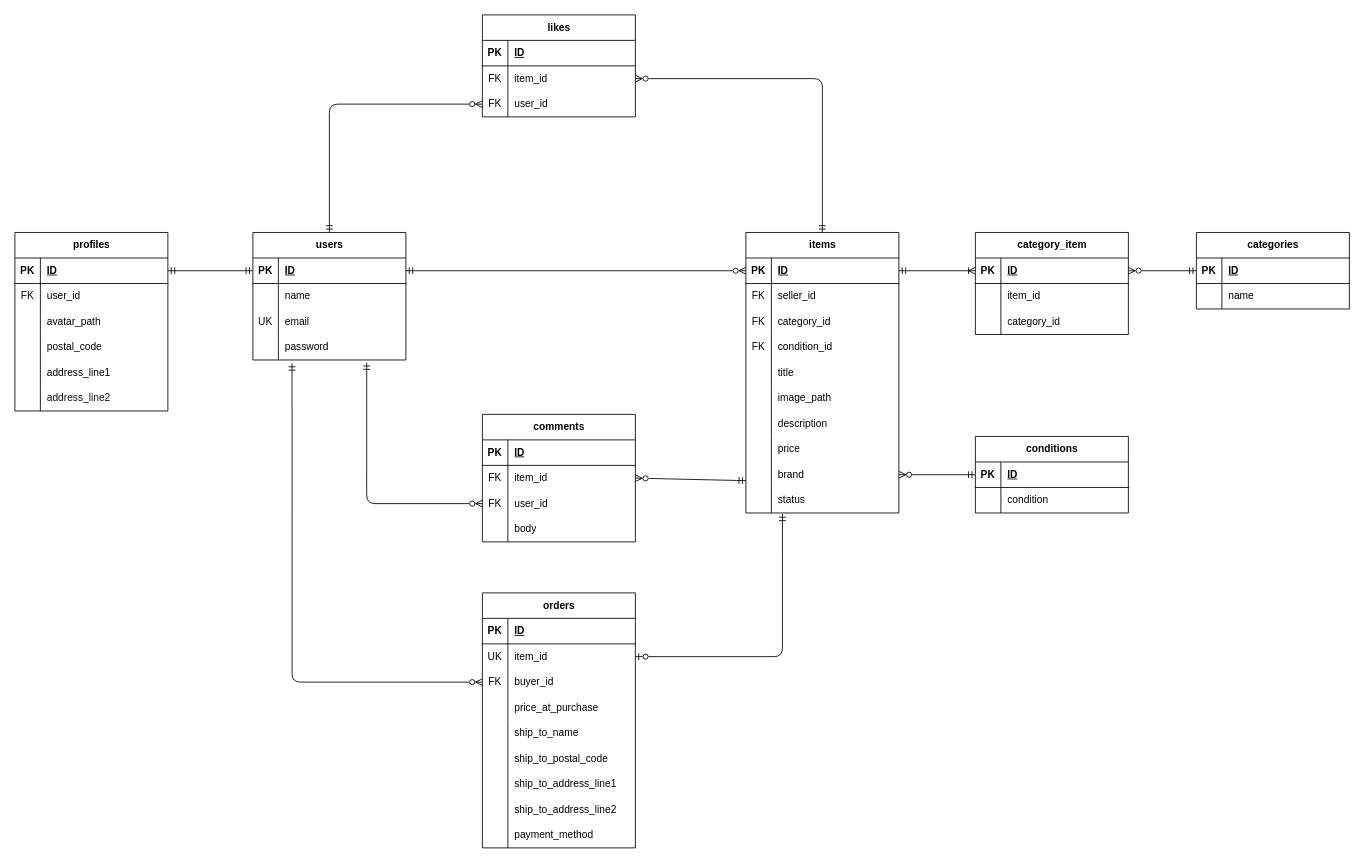
Earlier version of the draw.io diagram src/dock/er-diagram.drawio (YAMADAMASAYUKI516/mock-project1). Source tidied: cells renumbered, new cells numbered last; positions are measured from the earlier drawing's top-left corner, leaving out a move shared by most shapes. Both pictures are drawn from the tidied source at 85%, with x=0, y=0 at pixel (14, 14).
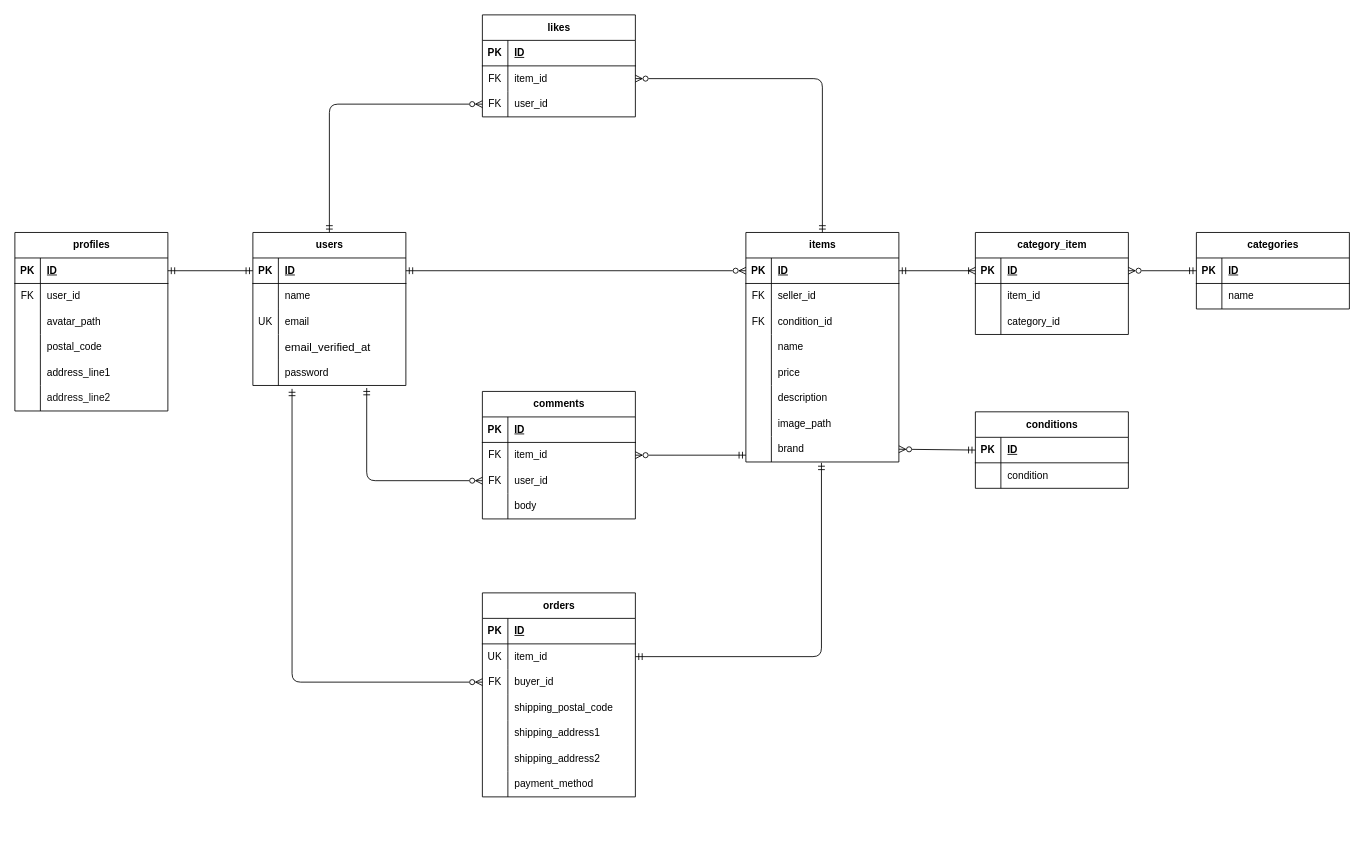
After the change.

The change refers to these unchanged cells:
```xml
<mxCell id="16" style="shape=tableRow;horizontal=0;startSize=0;swimlaneHead=0;swimlaneBody=0;fillColor=none;points=[[0,0.5],[1,0.5]];portConstraint=eastwest;top=0;left=0;right=0;bottom=0;" parent="12" vertex="1">
  <mxGeometry y="60" width="180" height="30" as="geometry" />
</mxCell>
<mxCell id="48" style="shape=tableRow;horizontal=0;startSize=0;swimlaneHead=0;swimlaneBody=0;fillColor=none;points=[[0,0.5],[1,0.5]];portConstraint=eastwest;top=0;left=0;right=0;bottom=0;" parent="41" vertex="1">
  <mxGeometry y="90" width="180" height="30" as="geometry" />
</mxCell>
```

Change to the diagram source:
```diff
@@
     <mxCell id="12" value="orders" style="shape=table;startSize=30;childLayout=tableLayout;rowLines=0;fontStyle=1;align=center;html=1;" parent="1" vertex="1">
-      <mxGeometry x="550" y="680" width="180" height="300" as="geometry" />
+      <mxGeometry x="550" y="680" width="180" height="240" as="geometry" />
     </mxCell>
@@
-    <mxCell id="22" style="shape=tableRow;horizontal=0;startSize=0;swimlaneHead=0;swimlaneBody=0;fillColor=none;top=0;left=0;right=0;bottom=0;" parent="12" vertex="1">
-      <mxGeometry y="120" width="180" height="30" as="geometry" />
-    </mxCell>
-    <mxCell id="23" style="shape=partialRectangle;fillColor=none;top=0;left=0;bottom=0;right=0;overflow=hidden;whiteSpace=wrap;html=1;" parent="22" vertex="1">
-      <mxGeometry width="30" height="30" as="geometry" />
-    </mxCell>
-    <mxCell id="24" value="price_at_purchase" style="shape=partialRectangle;fillColor=none;top=0;left=0;bottom=0;right=0;align=left;spacingLeft=6;overflow=hidden;whiteSpace=wrap;html=1;" parent="22" vertex="1">
-      <mxGeometry x="30" width="150" height="30" as="geometry" />
-    </mxCell>
-    <mxCell id="25" style="shape=tableRow;horizontal=0;startSize=0;swimlaneHead=0;swimlaneBody=0;fillColor=none;top=0;left=0;right=0;bottom=0;" parent="12" vertex="1">
-      <mxGeometry y="150" width="180" height="30" as="geometry" />
-    </mxCell>
-    <mxCell id="26" style="shape=partialRectangle;fillColor=none;top=0;left=0;bottom=0;right=0;overflow=hidden;whiteSpace=wrap;html=1;" parent="25" vertex="1">
-      <mxGeometry width="30" height="30" as="geometry" />
-    </mxCell>
-    <mxCell id="27" value="ship_to_name" style="shape=partialRectangle;fillColor=none;top=0;left=0;bottom=0;right=0;align=left;spacingLeft=6;overflow=hidden;whiteSpace=wrap;html=1;" parent="25" vertex="1">
-      <mxGeometry x="30" width="150" height="30" as="geometry" />
-    </mxCell>
     <mxCell id="28" style="shape=tableRow;horizontal=0;startSize=0;swimlaneHead=0;swimlaneBody=0;fillColor=none;top=0;left=0;right=0;bottom=0;" parent="12" vertex="1">
-      <mxGeometry y="180" width="180" height="30" as="geometry" />
+      <mxGeometry y="120" width="180" height="30" as="geometry" />
     </mxCell>
@@
-    <mxCell id="30" value="ship_to_postal_code" style="shape=partialRectangle;fillColor=none;top=0;left=0;bottom=0;right=0;align=left;spacingLeft=6;overflow=hidden;whiteSpace=wrap;html=1;" parent="28" vertex="1">
+    <mxCell id="30" value="shipping_postal_code" style="shape=partialRectangle;fillColor=none;top=0;left=0;bottom=0;right=0;align=left;spacingLeft=6;overflow=hidden;whiteSpace=wrap;html=1;" parent="28" vertex="1">
       <mxGeometry x="30" width="150" height="30" as="geometry" />
     </mxCell>
     <mxCell id="31" style="shape=tableRow;horizontal=0;startSize=0;swimlaneHead=0;swimlaneBody=0;fillColor=none;top=0;left=0;right=0;bottom=0;" parent="12" vertex="1">
-      <mxGeometry y="210" width="180" height="30" as="geometry" />
+      <mxGeometry y="150" width="180" height="30" as="geometry" />
     </mxCell>
@@
-    <mxCell id="33" value="ship_to_address_line1" style="shape=partialRectangle;fillColor=none;top=0;left=0;bottom=0;right=0;align=left;spacingLeft=6;overflow=hidden;whiteSpace=wrap;html=1;" parent="31" vertex="1">
+    <mxCell id="33" value="shipping_address1" style="shape=partialRectangle;fillColor=none;top=0;left=0;bottom=0;right=0;align=left;spacingLeft=6;overflow=hidden;whiteSpace=wrap;html=1;" parent="31" vertex="1">
       <mxGeometry x="30" width="150" height="30" as="geometry" />
     </mxCell>
     <mxCell id="34" style="shape=tableRow;horizontal=0;startSize=0;swimlaneHead=0;swimlaneBody=0;fillColor=none;top=0;left=0;right=0;bottom=0;" parent="12" vertex="1">
-      <mxGeometry y="240" width="180" height="30" as="geometry" />
+      <mxGeometry y="180" width="180" height="30" as="geometry" />
     </mxCell>
@@
-    <mxCell id="36" value="ship_to_address_line2" style="shape=partialRectangle;fillColor=none;top=0;left=0;bottom=0;right=0;align=left;spacingLeft=6;overflow=hidden;whiteSpace=wrap;html=1;" parent="34" vertex="1">
+    <mxCell id="36" value="shipping_address2" style="shape=partialRectangle;fillColor=none;top=0;left=0;bottom=0;right=0;align=left;spacingLeft=6;overflow=hidden;whiteSpace=wrap;html=1;" parent="34" vertex="1">
       <mxGeometry x="30" width="150" height="30" as="geometry" />
     </mxCell>
     <mxCell id="37" style="shape=tableRow;horizontal=0;startSize=0;swimlaneHead=0;swimlaneBody=0;fillColor=none;top=0;left=0;right=0;bottom=0;" parent="12" vertex="1">
-      <mxGeometry y="270" width="180" height="30" as="geometry" />
+      <mxGeometry y="210" width="180" height="30" as="geometry" />
     </mxCell>
@@
     <mxCell id="41" value="comments" style="shape=table;startSize=30;childLayout=tableLayout;rowLines=0;fontStyle=1;align=center;html=1;" parent="1" vertex="1">
-      <mxGeometry x="550" y="470" width="180" height="150" as="geometry" />
+      <mxGeometry x="550" y="443" width="180" height="150" as="geometry" />
     </mxCell>
@@
     <mxCell id="56" value="users" style="shape=table;startSize=30;childLayout=tableLayout;rowLines=0;fontStyle=1;align=center;html=1;" parent="1" vertex="1">
-      <mxGeometry x="280" y="256" width="180" height="150" as="geometry" />
+      <mxGeometry x="280" y="256" width="180" height="180" as="geometry" />
     </mxCell>
@@
+    <mxCell id="22" style="shape=tableRow;horizontal=0;startSize=0;swimlaneHead=0;swimlaneBody=0;fillColor=none;top=0;left=0;right=0;bottom=0;" parent="56" vertex="1">
+      <mxGeometry y="120" width="180" height="30" as="geometry" />
+    </mxCell>
+    <mxCell id="152" style="shape=partialRectangle;fillColor=none;top=0;left=0;bottom=0;right=0;overflow=hidden;whiteSpace=wrap;html=1;" parent="22" vertex="1">
+      <mxGeometry width="30" height="30" as="geometry" />
+    </mxCell>
+    <mxCell id="153" value="&lt;span style=&quot;color: rgb(0, 0, 0); font-size: 10pt; font-family: Arial;&quot;&gt;email_verified_at&lt;/span&gt;" style="shape=partialRectangle;fillColor=none;top=0;left=0;bottom=0;right=0;align=left;spacingLeft=6;overflow=hidden;whiteSpace=wrap;html=1;" parent="22" vertex="1">
+      <mxGeometry x="30" width="150" height="30" as="geometry" />
+    </mxCell>
     <mxCell id="66" style="shape=tableRow;horizontal=0;startSize=0;swimlaneHead=0;swimlaneBody=0;fillColor=none;points=[[0,0.5],[1,0.5]];portConstraint=eastwest;top=0;left=0;right=0;bottom=0;" parent="56" vertex="1">
-      <mxGeometry y="120" width="180" height="30" as="geometry" />
+      <mxGeometry y="150" width="180" height="30" as="geometry" />
     </mxCell>
@@
     <mxCell id="76" value="items" style="shape=table;startSize=30;childLayout=tableLayout;rowLines=0;fontStyle=1;align=center;html=1;" parent="1" vertex="1">
-      <mxGeometry x="860" y="256" width="180" height="330" as="geometry" />
+      <mxGeometry x="860" y="256" width="180" height="270" as="geometry" />
     </mxCell>
@@
-    <mxCell id="83" style="shape=tableRow;horizontal=0;startSize=0;swimlaneHead=0;swimlaneBody=0;fillColor=none;top=0;left=0;right=0;bottom=0;" parent="76" vertex="1">
-      <mxGeometry y="90" width="180" height="30" as="geometry" />
-    </mxCell>
-    <mxCell id="84" value="FK" style="shape=partialRectangle;fillColor=none;top=0;left=0;bottom=0;right=0;overflow=hidden;whiteSpace=wrap;html=1;" parent="83" vertex="1">
-      <mxGeometry width="30" height="30" as="geometry" />
-    </mxCell>
-    <mxCell id="85" value="category_id" style="shape=partialRectangle;fillColor=none;top=0;left=0;bottom=0;right=0;align=left;spacingLeft=6;overflow=hidden;whiteSpace=wrap;html=1;" parent="83" vertex="1">
-      <mxGeometry x="30" width="150" height="30" as="geometry" />
-    </mxCell>
     <mxCell id="86" style="shape=tableRow;horizontal=0;startSize=0;swimlaneHead=0;swimlaneBody=0;fillColor=none;top=0;left=0;right=0;bottom=0;" parent="76" vertex="1">
-      <mxGeometry y="120" width="180" height="30" as="geometry" />
+      <mxGeometry y="90" width="180" height="30" as="geometry" />
     </mxCell>
@@
     <mxCell id="89" style="shape=tableRow;horizontal=0;startSize=0;swimlaneHead=0;swimlaneBody=0;fillColor=none;top=0;left=0;right=0;bottom=0;" parent="76" vertex="1">
-      <mxGeometry y="150" width="180" height="30" as="geometry" />
+      <mxGeometry y="120" width="180" height="30" as="geometry" />
     </mxCell>
@@
-    <mxCell id="91" value="title" style="shape=partialRectangle;fillColor=none;top=0;left=0;bottom=0;right=0;align=left;spacingLeft=6;overflow=hidden;whiteSpace=wrap;html=1;" parent="89" vertex="1">
+    <mxCell id="91" value="name" style="shape=partialRectangle;fillColor=none;top=0;left=0;bottom=0;right=0;align=left;spacingLeft=6;overflow=hidden;whiteSpace=wrap;html=1;" parent="89" vertex="1">
       <mxGeometry x="30" width="150" height="30" as="geometry" />
     </mxCell>
     <mxCell id="92" style="shape=tableRow;horizontal=0;startSize=0;swimlaneHead=0;swimlaneBody=0;fillColor=none;top=0;left=0;right=0;bottom=0;" parent="76" vertex="1">
-      <mxGeometry y="180" width="180" height="30" as="geometry" />
+      <mxGeometry y="150" width="180" height="30" as="geometry" />
     </mxCell>
@@
-    <mxCell id="94" value="image_path" style="shape=partialRectangle;fillColor=none;top=0;left=0;bottom=0;right=0;align=left;spacingLeft=6;overflow=hidden;whiteSpace=wrap;html=1;" parent="92" vertex="1">
+    <mxCell id="94" value="price" style="shape=partialRectangle;fillColor=none;top=0;left=0;bottom=0;right=0;align=left;spacingLeft=6;overflow=hidden;whiteSpace=wrap;html=1;" parent="92" vertex="1">
       <mxGeometry x="30" width="150" height="30" as="geometry" />
     </mxCell>
     <mxCell id="95" style="shape=tableRow;horizontal=0;startSize=0;swimlaneHead=0;swimlaneBody=0;fillColor=none;top=0;left=0;right=0;bottom=0;" parent="76" vertex="1">
-      <mxGeometry y="210" width="180" height="30" as="geometry" />
+      <mxGeometry y="180" width="180" height="30" as="geometry" />
     </mxCell>
@@
     <mxCell id="98" style="shape=tableRow;horizontal=0;startSize=0;swimlaneHead=0;swimlaneBody=0;fillColor=none;top=0;left=0;right=0;bottom=0;" parent="76" vertex="1">
-      <mxGeometry y="240" width="180" height="30" as="geometry" />
+      <mxGeometry y="210" width="180" height="30" as="geometry" />
     </mxCell>
@@
-    <mxCell id="100" value="price" style="shape=partialRectangle;fillColor=none;top=0;left=0;bottom=0;right=0;align=left;spacingLeft=6;overflow=hidden;whiteSpace=wrap;html=1;" parent="98" vertex="1">
+    <mxCell id="100" value="image_path" style="shape=partialRectangle;fillColor=none;top=0;left=0;bottom=0;right=0;align=left;spacingLeft=6;overflow=hidden;whiteSpace=wrap;html=1;" parent="98" vertex="1">
       <mxGeometry x="30" width="150" height="30" as="geometry" />
     </mxCell>
     <mxCell id="101" style="shape=tableRow;horizontal=0;startSize=0;swimlaneHead=0;swimlaneBody=0;fillColor=none;points=[[0,0.5],[1,0.5]];portConstraint=eastwest;top=0;left=0;right=0;bottom=0;" parent="76" vertex="1">
-      <mxGeometry y="270" width="180" height="30" as="geometry" />
+      <mxGeometry y="240" width="180" height="30" as="geometry" />
     </mxCell>
@@
-    <mxCell id="104" style="shape=tableRow;horizontal=0;startSize=0;swimlaneHead=0;swimlaneBody=0;fillColor=none;points=[[0,0.5],[1,0.5]];portConstraint=eastwest;top=0;left=0;right=0;bottom=0;" parent="76" vertex="1">
-      <mxGeometry y="300" width="180" height="30" as="geometry" />
-    </mxCell>
-    <mxCell id="105" style="shape=partialRectangle;fillColor=none;top=0;left=0;bottom=0;right=0;overflow=hidden;whiteSpace=wrap;html=1;" parent="104" vertex="1">
-      <mxGeometry width="30" height="30" as="geometry" />
-    </mxCell>
-    <mxCell id="106" value="status" style="shape=partialRectangle;fillColor=none;top=0;left=0;bottom=0;right=0;align=left;spacingLeft=6;overflow=hidden;whiteSpace=wrap;html=1;" parent="104" vertex="1">
-      <mxGeometry x="30" width="150" height="30" as="geometry" />
-    </mxCell>
-    <mxCell id="107" style="edgeStyle=orthogonalEdgeStyle;html=1;endArrow=ERzeroToOne;endFill=0;startArrow=ERmandOne;startFill=0;entryX=1;entryY=0.5;entryDx=0;entryDy=0;exitX=0.239;exitY=1.033;exitDx=0;exitDy=0;exitPerimeter=0;" parent="1" edge="1" source="104" target="16">
-      <mxGeometry relative="1" as="geometry" />
-    </mxCell>
@@
     <mxCell id="110" style="html=1;endArrow=ERmandOne;endFill=0;startArrow=ERzeroToMany;startFill=0;entryX=0.744;entryY=1.1;entryDx=0;entryDy=0;exitX=0;exitY=0.5;exitDx=0;exitDy=0;entryPerimeter=0;edgeStyle=orthogonalEdgeStyle;" parent="1" edge="1" source="48" target="66">
       <mxGeometry relative="1" as="geometry">
         <Array as="points">
-          <mxPoint x="414" y="575" />
+          <mxPoint x="414" y="548" />
         </Array>
       </mxGeometry>
     </mxCell>
@@
     <mxCell id="141" value="conditions" style="shape=table;startSize=30;childLayout=tableLayout;rowLines=0;fontStyle=1;align=center;html=1;" parent="1" vertex="1">
-      <mxGeometry x="1130" y="496" width="180" height="90" as="geometry" />
+      <mxGeometry x="1130" y="467" width="180" height="90" as="geometry" />
     </mxCell>
@@
+    <mxCell id="154" style="html=1;endArrow=ERmandOne;endFill=0;startArrow=ERmandOne;startFill=0;entryX=0.494;entryY=1.033;entryDx=0;entryDy=0;entryPerimeter=0;edgeStyle=orthogonalEdgeStyle;exitX=1;exitY=0.5;exitDx=0;exitDy=0;" parent="1" edge="1" source="16" target="101">
+      <mxGeometry relative="1" as="geometry">
+        <Array as="points">
+          <mxPoint x="949" y="755" />
+        </Array>
+      </mxGeometry>
+    </mxCell>
```
